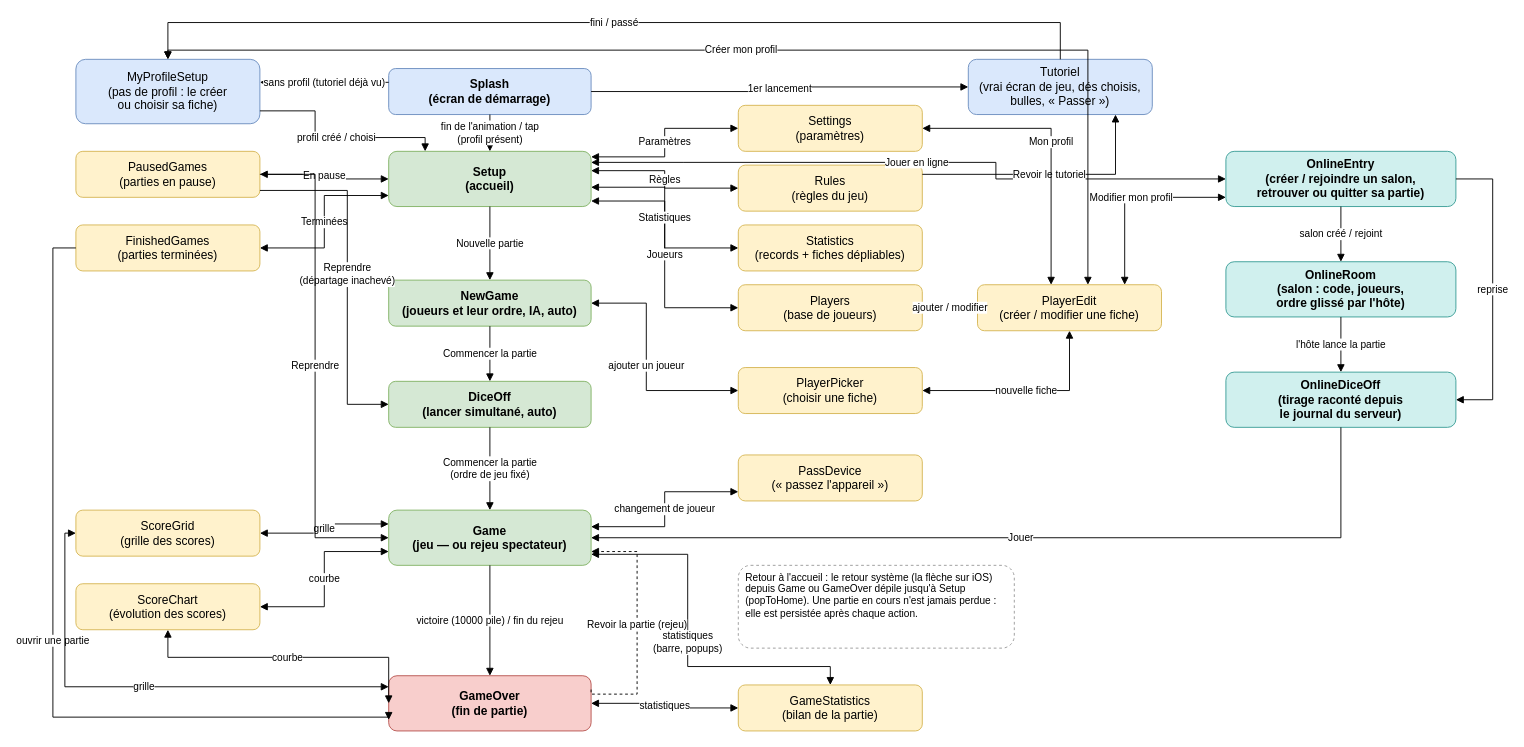
This is docs/screen-flow.drawio from microscotch/tenk, a draw.io file, before an edit. Source tidied: cells renumbered, new cells numbered last; positions are measured from the earlier drawing's top-left corner, leaving out a move shared by most shapes. Both pictures are drawn from the tidied source at 92%, with x=0, y=0 at pixel (52, 22).
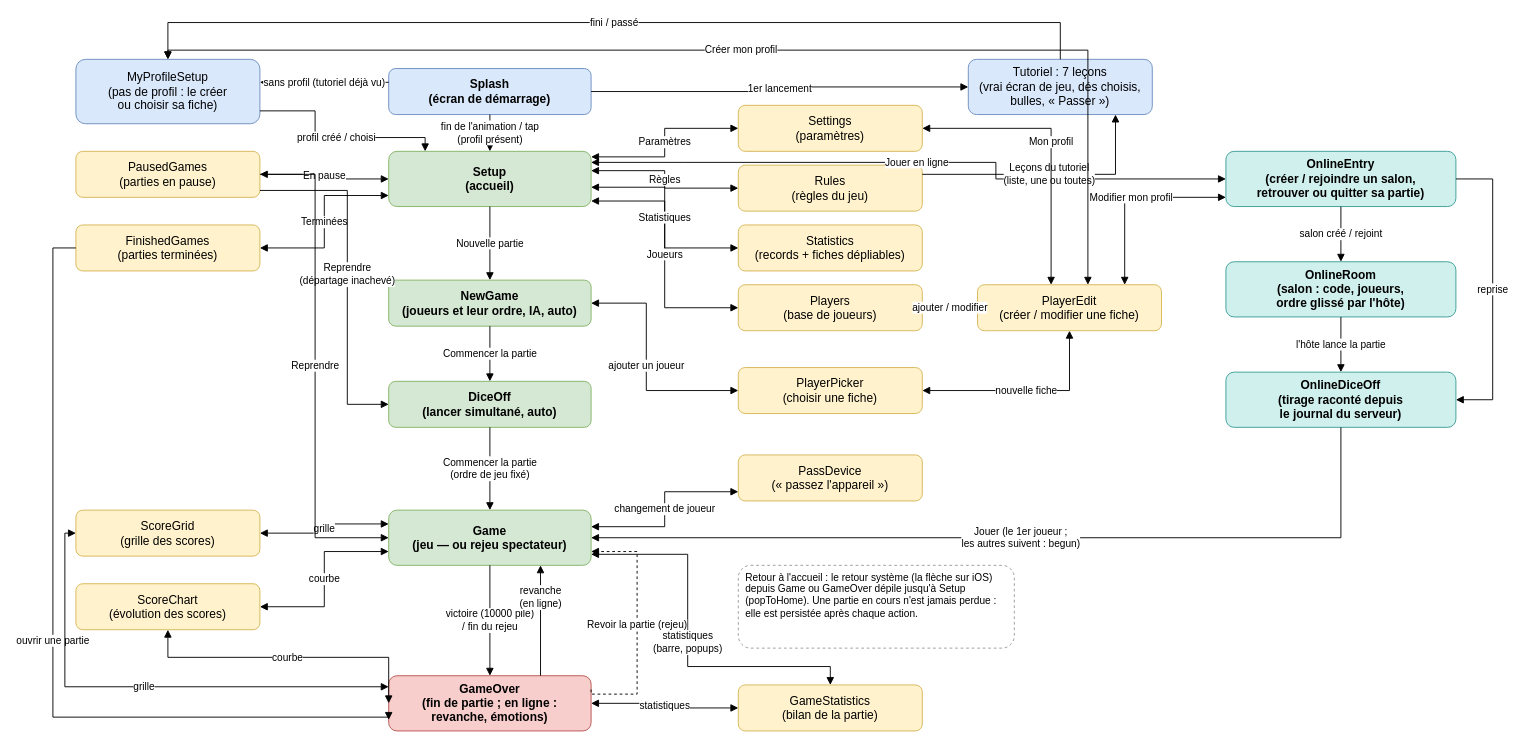
After the change.

The change refers to these unchanged cells:
```xml
<mxCell id="8" value="Rules&#10;(règles du jeu)" style="rounded=1;whiteSpace=wrap;html=1;fillColor=#fff2cc;strokeColor=#d6b656;fontSize=13;" parent="1" vertex="1">
  <mxGeometry x="745" y="155" width="200" height="50" as="geometry" />
</mxCell>
<mxCell id="15" value="Game&#10;(jeu — ou rejeu spectateur)" style="rounded=1;whiteSpace=wrap;html=1;fillColor=#d5e8d4;strokeColor=#82b366;fontSize=13;fontStyle=1;" parent="1" vertex="1">
  <mxGeometry x="365" y="530" width="220" height="60" as="geometry" />
</mxCell>
<mxCell id="48" value="OnlineDiceOff&#10;(tirage raconté depuis&#10;le journal du serveur)" style="rounded=1;whiteSpace=wrap;html=1;fillColor=#d0f0ee;strokeColor=#3a9d97;fontSize=13;fontStyle=1;" parent="1" vertex="1">
  <mxGeometry x="1275" y="380" width="250" height="60" as="geometry" />
</mxCell>
```

What changed in the source:
```diff
@@
-    <mxCell id="18" value="GameOver&#10;(fin de partie)" style="rounded=1;whiteSpace=wrap;html=1;fillColor=#f8cecc;strokeColor=#b85450;fontSize=13;fontStyle=1;" parent="1" vertex="1">
+    <mxCell id="18" value="GameOver&#10;(fin de partie ; en ligne :&#10;revanche, émotions)" style="rounded=1;whiteSpace=wrap;html=1;fillColor=#f8cecc;strokeColor=#b85450;fontSize=13;fontStyle=1;" parent="1" vertex="1">
       <mxGeometry x="365" y="710" width="220" height="60" as="geometry" />
     </mxCell>
@@
-    <mxCell id="39" value="victoire (10000 pile) / fin du rejeu" style="edgeStyle=orthogonalEdgeStyle;rounded=0;html=1;fontSize=11;endArrow=block;endFill=1;" parent="1" edge="1" source="15" target="18">
+    <mxCell id="39" value="victoire (10000 pile)&#10;/ fin du rejeu" style="edgeStyle=orthogonalEdgeStyle;rounded=0;html=1;fontSize=11;endArrow=block;endFill=1;" parent="1" edge="1" source="15" target="18">
       <mxGeometry relative="1" as="geometry" />
     </mxCell>
@@
-    <mxCell id="52" value="Jouer" style="edgeStyle=orthogonalEdgeStyle;rounded=0;html=1;fontSize=11;endArrow=block;endFill=1;exitX=0.5;exitY=1;entryX=1;entryY=0.5;labelBackgroundColor=#ffffff;" parent="1" edge="1" source="48" target="15">
+    <mxCell id="52" value="Jouer (le 1er joueur ;&#10;les autres suivent : begun)" style="edgeStyle=orthogonalEdgeStyle;rounded=0;html=1;fontSize=11;endArrow=block;endFill=1;exitX=0.5;exitY=1;entryX=1;entryY=0.5;labelBackgroundColor=#ffffff;" parent="1" edge="1" source="48" target="15">
       <mxGeometry relative="1" as="geometry">
         <Array as="points">
           <mxPoint x="1400" y="560" />
         </Array>
       </mxGeometry>
     </mxCell>
@@
-    <mxCell id="55" value="Tutoriel&#10;(vrai écran de jeu, dés choisis,&#10;bulles, « Passer »)" style="rounded=1;whiteSpace=wrap;html=1;fillColor=#dae8fc;strokeColor=#6c8ebf;fontSize=13;" parent="1" vertex="1">
+    <mxCell id="55" value="Tutoriel : 7 leçons&#10;(vrai écran de jeu, dés choisis,&#10;bulles, « Passer »)" style="rounded=1;whiteSpace=wrap;html=1;fillColor=#dae8fc;strokeColor=#6c8ebf;fontSize=13;" parent="1" vertex="1">
       <mxGeometry x="995" y="40" width="200" height="60" as="geometry" />
     </mxCell>
@@
-    <mxCell id="58" value="Revoir le tutoriel" style="edgeStyle=orthogonalEdgeStyle;rounded=0;html=1;fontSize=11;endArrow=block;endFill=1;labelBackgroundColor=#ffffff;exitX=1;exitY=0.2;entryX=0.8;entryY=1;" parent="1" edge="1" source="8" target="55">
+    <mxCell id="58" value="Leçons du tutoriel&#10;(liste, une ou toutes)" style="edgeStyle=orthogonalEdgeStyle;rounded=0;html=1;fontSize=11;endArrow=block;endFill=1;labelBackgroundColor=#ffffff;exitX=1;exitY=0.2;entryX=0.8;entryY=1;" parent="1" edge="1" source="8" target="55">
       <mxGeometry relative="1" as="geometry" />
     </mxCell>
+    <mxCell id="64" value="revanche&#10;(en ligne)" style="edgeStyle=orthogonalEdgeStyle;rounded=0;html=1;fontSize=11;endArrow=block;endFill=1;exitX=0.75;exitY=0;entryX=0.75;entryY=1;labelBackgroundColor=#ffffff;" parent="1" edge="1" source="18" target="15">
+      <mxGeometry relative="1" as="geometry">
+        <mxPoint y="-25" as="offset" />
+      </mxGeometry>
+    </mxCell>
```
